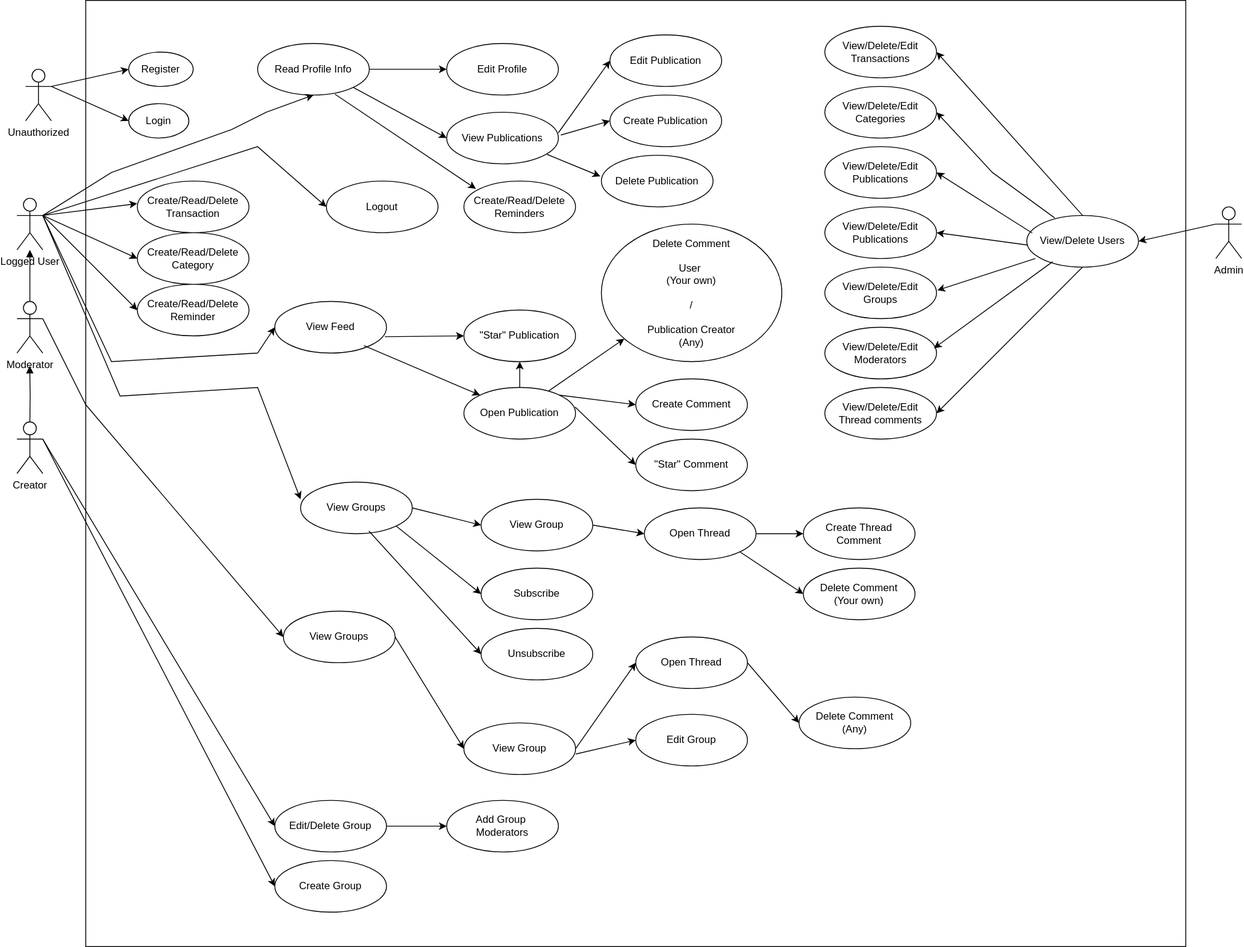
Above: imgs/USE CASE IIS.svg in DmytroKhodarevskyi/VUTFIT2024---ITU_MoneyTracker-WebApp (draw.io), before the change. Source tidied: cells renumbered, new cells last; positions are measured from the earlier drawing's top-left corner, leaving out a move shared by most shapes.
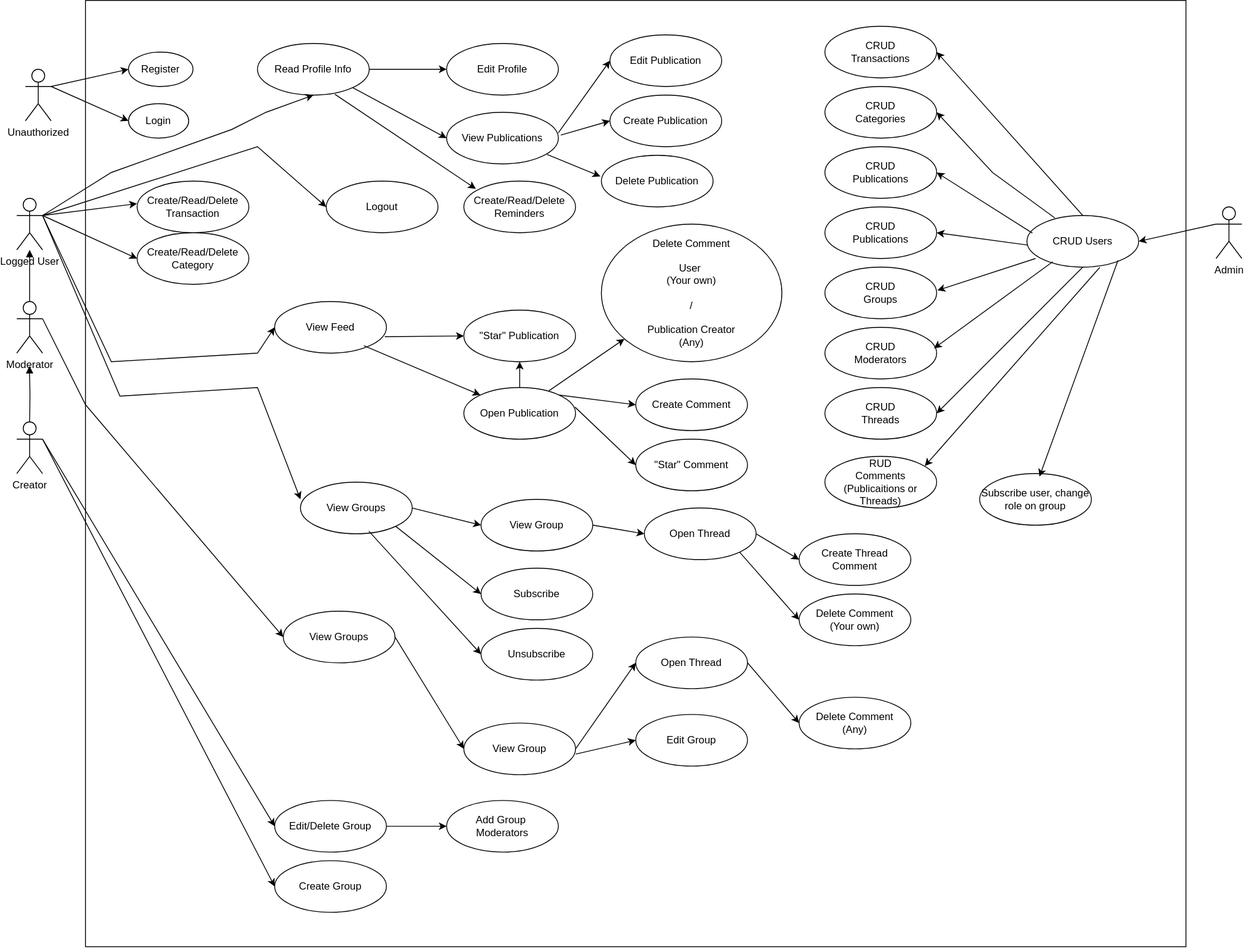
After the change.

The edit, as a diff of the source:
```diff
@@ -48,15 +48,9 @@
     <mxCell id="15" value="Create/Read/Delete&lt;div&gt;Category&lt;/div&gt;" style="ellipse;whiteSpace=wrap;html=1;align=center;" parent="1" vertex="1">
       <mxGeometry x="140" y="270" width="130" height="60" as="geometry" />
     </mxCell>
-    <mxCell id="16" value="Create/Read/Delete&lt;div&gt;Reminder&lt;/div&gt;" style="ellipse;whiteSpace=wrap;html=1;align=center;" parent="1" vertex="1">
-      <mxGeometry x="140" y="330" width="130" height="60" as="geometry" />
-    </mxCell>
     <mxCell id="17" style="rounded=0;jettySize=auto;html=1;exitX=1;exitY=0.3333333333333333;exitDx=0;exitDy=0;exitPerimeter=0;entryX=0;entryY=0.5;entryDx=0;entryDy=0;" parent="1" edge="1" source="11" target="15">
       <mxGeometry relative="1" as="geometry" />
     </mxCell>
-    <mxCell id="18" style="rounded=0;jettySize=auto;html=1;exitX=1;exitY=0.3333333333333333;exitDx=0;exitDy=0;exitPerimeter=0;entryX=0;entryY=0.5;entryDx=0;entryDy=0;" parent="1" edge="1" source="11" target="16">
-      <mxGeometry relative="1" as="geometry" />
-    </mxCell>
     <mxCell id="19" style="edgeStyle=orthogonalEdgeStyle;rounded=0;jettySize=auto;html=1;entryX=0;entryY=0.5;entryDx=0;entryDy=0;" parent="1" edge="1" source="20" target="21">
       <mxGeometry relative="1" as="geometry" />
     </mxCell>
@@ -166,7 +160,7 @@
       <mxGeometry relative="1" as="geometry" />
     </mxCell>
     <mxCell id="55" value="Create Thread Comment" style="ellipse;whiteSpace=wrap;html=1;align=center;" parent="1" vertex="1">
-      <mxGeometry x="915" y="590" width="130" height="60" as="geometry" />
+      <mxGeometry x="910" y="620" width="130" height="60" as="geometry" />
     </mxCell>
     <mxCell id="56" style="rounded=0;jettySize=auto;html=1;exitX=1;exitY=0.5;exitDx=0;exitDy=0;entryX=0;entryY=0.5;entryDx=0;entryDy=0;" parent="1" edge="1" source="53" target="55">
       <mxGeometry relative="1" as="geometry" />
@@ -175,7 +169,7 @@
       <mxGeometry relative="1" as="geometry" />
     </mxCell>
     <mxCell id="58" value="Delete Comment&lt;div&gt;(Your own)&lt;/div&gt;" style="ellipse;whiteSpace=wrap;html=1;align=center;" parent="1" vertex="1">
-      <mxGeometry x="915" y="660" width="130" height="60" as="geometry" />
+      <mxGeometry x="910" y="690" width="130" height="60" as="geometry" />
     </mxCell>
     <mxCell id="59" value="Edit/Delete Group" style="ellipse;whiteSpace=wrap;html=1;align=center;" parent="1" vertex="1">
       <mxGeometry x="300" y="930" width="130" height="60" as="geometry" />
@@ -256,28 +250,28 @@
     <mxCell id="76" value="Admin" style="shape=umlActor;verticalLabelPosition=bottom;verticalAlign=top;html=1;" parent="1" vertex="1">
       <mxGeometry x="1395" y="240" width="30" height="60" as="geometry" />
     </mxCell>
-    <mxCell id="77" value="View/Delete Users" style="ellipse;whiteSpace=wrap;html=1;align=center;" parent="1" vertex="1">
+    <mxCell id="77" value="CRUD Users" style="ellipse;whiteSpace=wrap;html=1;align=center;" parent="1" vertex="1">
       <mxGeometry x="1175" y="250" width="130" height="60" as="geometry" />
     </mxCell>
-    <mxCell id="78" value="View/Delete/Edit Transactions" style="ellipse;whiteSpace=wrap;html=1;align=center;" parent="1" vertex="1">
+    <mxCell id="78" value="CRUD&lt;div&gt;Transactions&lt;/div&gt;" style="ellipse;whiteSpace=wrap;html=1;align=center;" parent="1" vertex="1">
       <mxGeometry x="940" y="30" width="130" height="60" as="geometry" />
     </mxCell>
-    <mxCell id="79" value="View/Delete/Edit Categories" style="ellipse;whiteSpace=wrap;html=1;align=center;" parent="1" vertex="1">
+    <mxCell id="79" value="CRUD&lt;div&gt;Categories&lt;/div&gt;" style="ellipse;whiteSpace=wrap;html=1;align=center;" parent="1" vertex="1">
       <mxGeometry x="940" y="100" width="130" height="60" as="geometry" />
     </mxCell>
-    <mxCell id="80" value="View/Delete/Edit Publications" style="ellipse;whiteSpace=wrap;html=1;align=center;" parent="1" vertex="1">
+    <mxCell id="80" value="CRUD&lt;div&gt;Publications&lt;/div&gt;" style="ellipse;whiteSpace=wrap;html=1;align=center;" parent="1" vertex="1">
       <mxGeometry x="940" y="170" width="130" height="60" as="geometry" />
     </mxCell>
-    <mxCell id="81" value="View/Delete/Edit Publications" style="ellipse;whiteSpace=wrap;html=1;align=center;" parent="1" vertex="1">
+    <mxCell id="81" value="CRUD&lt;div&gt;Publications&lt;/div&gt;" style="ellipse;whiteSpace=wrap;html=1;align=center;" parent="1" vertex="1">
       <mxGeometry x="940" y="240" width="130" height="60" as="geometry" />
     </mxCell>
-    <mxCell id="82" value="View/Delete/Edit Groups" style="ellipse;whiteSpace=wrap;html=1;align=center;" parent="1" vertex="1">
+    <mxCell id="82" value="CRUD&lt;div&gt;Groups&lt;/div&gt;" style="ellipse;whiteSpace=wrap;html=1;align=center;" parent="1" vertex="1">
       <mxGeometry x="940" y="310" width="130" height="60" as="geometry" />
     </mxCell>
-    <mxCell id="83" value="View/Delete/Edit Moderators" style="ellipse;whiteSpace=wrap;html=1;align=center;" parent="1" vertex="1">
+    <mxCell id="83" value="CRUD&lt;div&gt;Moderators&lt;/div&gt;" style="ellipse;whiteSpace=wrap;html=1;align=center;" parent="1" vertex="1">
       <mxGeometry x="940" y="380" width="130" height="60" as="geometry" />
     </mxCell>
-    <mxCell id="84" value="View/Delete/Edit Thread comments" style="ellipse;whiteSpace=wrap;html=1;align=center;" parent="1" vertex="1">
+    <mxCell id="84" value="CRUD&lt;div&gt;Threads&lt;/div&gt;" style="ellipse;whiteSpace=wrap;html=1;align=center;" parent="1" vertex="1">
       <mxGeometry x="940" y="450" width="130" height="60" as="geometry" />
     </mxCell>
     <mxCell id="85" style="rounded=0;jettySize=auto;html=1;entryX=1;entryY=0.5;entryDx=0;entryDy=0;exitX=0.5;exitY=0;exitDx=0;exitDy=0;" parent="1" edge="1" source="77" target="78">
@@ -317,5 +311,17 @@
         <mxPoint x="534" y="219" as="targetPoint" />
       </mxGeometry>
     </mxCell>
+    <mxCell id="95" value="RUD&lt;div&gt;Comments (Publicaitions or Threads)&lt;/div&gt;" style="ellipse;whiteSpace=wrap;html=1;align=center;" parent="1" vertex="1">
+      <mxGeometry x="940" y="530" width="130" height="60" as="geometry" />
+    </mxCell>
+    <mxCell id="96" style="rounded=0;jettySize=auto;html=1;entryX=0.894;entryY=0.188;entryDx=0;entryDy=0;exitX=0.652;exitY=1.005;exitDx=0;exitDy=0;exitPerimeter=0;entryPerimeter=0;" parent="1" edge="1" source="77" target="95">
+      <mxGeometry relative="1" as="geometry" />
+    </mxCell>
+    <mxCell id="97" value="Subscribe user, change role on group" style="ellipse;whiteSpace=wrap;html=1;align=center;" parent="1" vertex="1">
+      <mxGeometry x="1120" y="550" width="130" height="60" as="geometry" />
+    </mxCell>
+    <mxCell id="98" style="rounded=0;jettySize=auto;html=1;entryX=0.535;entryY=0.06;entryDx=0;entryDy=0;exitX=0.815;exitY=0.869;exitDx=0;exitDy=0;exitPerimeter=0;entryPerimeter=0;" parent="1" edge="1" source="77" target="97">
+      <mxGeometry relative="1" as="geometry" />
+    </mxCell>
   </root>
 </mxGraphModel>
```
